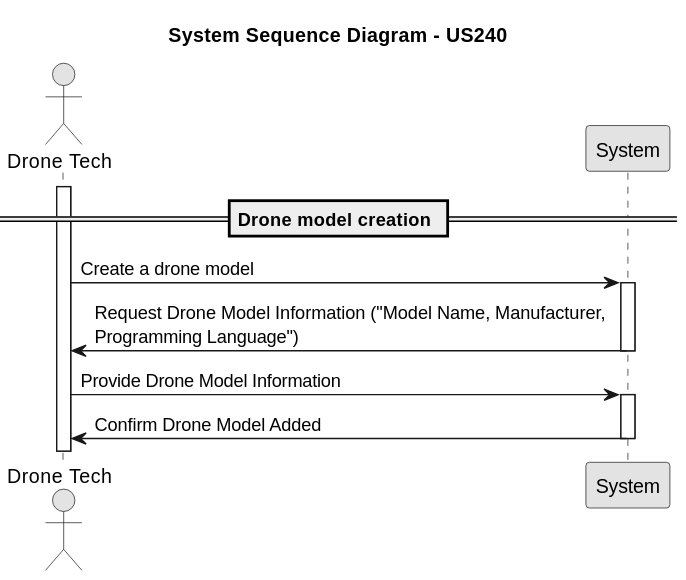
The PlantUML diagram docs/Sprint2/us_240/images/system-sequence-diagram-US240.svg in rubenFreitas1/ISEP-LAPR4-2024-2025, before a commit. The source it was exported from:
```plantuml
@startuml
skinparam monochrome true
skinparam packageStyle rectangle
skinparam shadowing false

actor "Drone Tech" as droneTech
participant "System" as system

title System Sequence Diagram - US240

== Drone model creation ==
activate droneTech

droneTech -> system : Create a drone model
activate system

system -> droneTech : Request Drone Model Information ("Model Name, Manufacturer, \nProgramming Language")
deactivate system
droneTech -> system : Provide Drone Model Information

activate system

system -> droneTech : Confirm Drone Model Added
deactivate system
@enduml
```
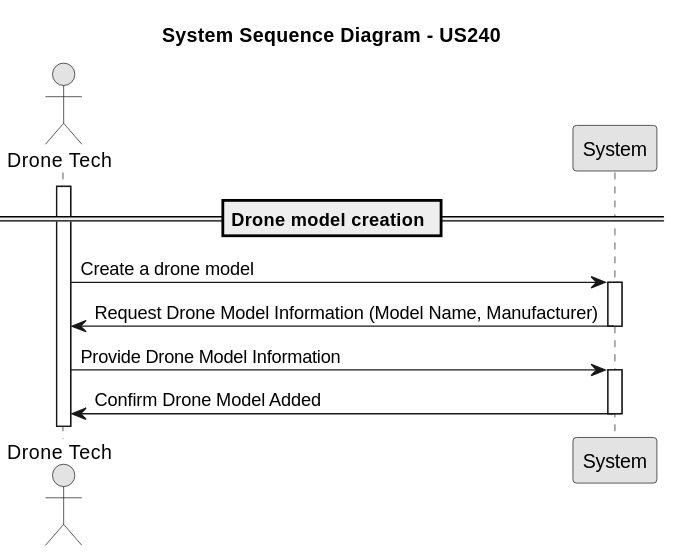
Above is the later version.

The edit, as a diff of the source:
```diff
@@ -14,7 +14,7 @@
 droneTech -> system : Create a drone model
 activate system
 
-system -> droneTech : Request Drone Model Information ("Model Name, Manufacturer, \nProgramming Language")
+system -> droneTech : Request Drone Model Information (Model Name, Manufacturer)
 deactivate system
 droneTech -> system : Provide Drone Model Information
 
```
